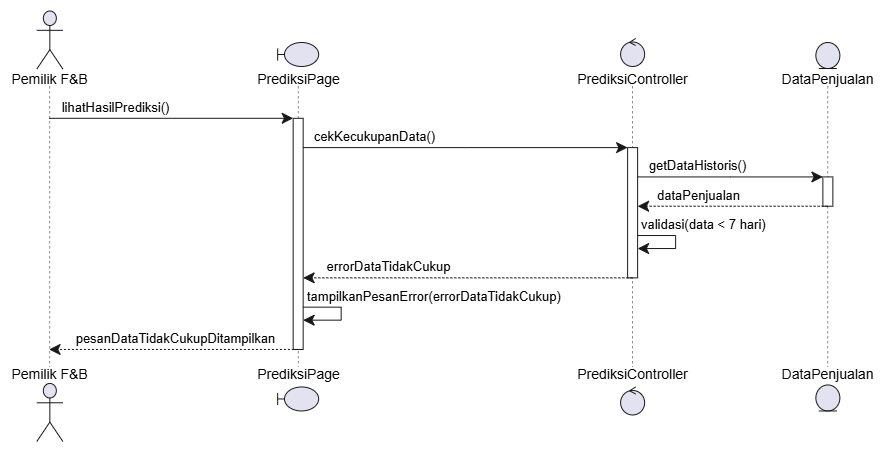
Above: docs/M8/assets/diagram/Gambar 3.5.2. Sequence Diagram UC05 - Data Historis Belum Memenuhi Syarat Minimal.png in Edbertf/IF2150-RPL-K03-G08 (draw.io), before the change. Source tidied: cells renumbered, new cells last; positions are measured from the earlier drawing's top-left corner, leaving out a move shared by most shapes.
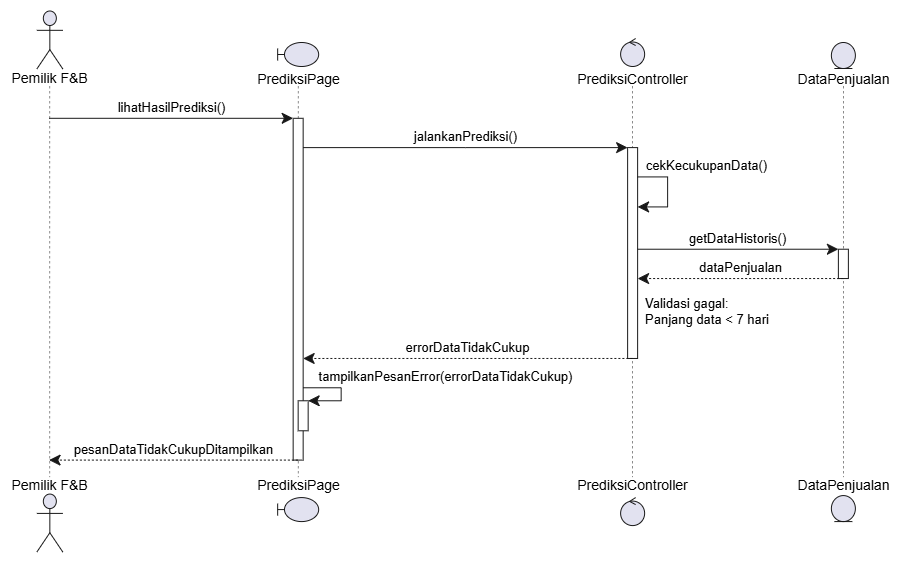
Later version of the same file.

The edit, as a diff of the source:
```diff
@@ -5,118 +5,124 @@
     <mxCell id="2" style="group;transparentBounds=1;editIcon=1;lockedGroup=0;groupPadding=10;" parent="1" vertex="1">
       <mxGeometry as="geometry" />
     </mxCell>
-    <mxCell id="3" style="shape=umlLifeline;perimeter=lifelinePerimeter;participant=headless;size=75.49;lifelineMirror=1;dashPattern=5 5;outlineConnect=0;portConstraint=eastwest;newEdgeStyle={&quot;edgeStyle&quot;:&quot;sequenceEdgeStyle&quot;,&quot;libavoidRouting&quot;:0,&quot;curved&quot;:0,&quot;rounded&quot;:0};fillColor=none;strokeColor=#181818;strokeWidth=0.5;" parent="2" vertex="1">
-      <mxGeometry x="30" y="30" width="78.7" height="431.5" as="geometry" />
-    </mxCell>
+    <mxCell id="28" style="shape=umlLifeline;perimeter=lifelinePerimeter;participant=headless;size=75.49;lifelineMirror=1;dashPattern=5 5;outlineConnect=0;portConstraint=eastwest;newEdgeStyle={&quot;edgeStyle&quot;:&quot;sequenceEdgeStyle&quot;,&quot;libavoidRouting&quot;:0,&quot;curved&quot;:0,&quot;rounded&quot;:0};fillColor=none;strokeColor=#181818;strokeWidth=0.5;" parent="2" vertex="1">
+      <mxGeometry x="30" y="30" width="78.7" height="542.1" as="geometry" />
+    </mxCell>
-    <mxCell id="4" value="Pemilik F&amp;amp;B" style="shape=umlActor;verticalLabelPosition=bottom;verticalAlign=top;spacingTop=-5;fillColor=#E2E2F0;strokeColor=#181818;fontColor=#000000;fontSize=14;html=1;" parent="3" vertex="1">
+    <mxCell id="4" value="Pemilik F&amp;amp;B" style="shape=umlActor;verticalLabelPosition=bottom;verticalAlign=top;spacingTop=-5;fillColor=#E2E2F0;strokeColor=#181818;fontColor=#000000;fontSize=14;html=1;" parent="28" vertex="1">
       <mxGeometry x="26.3" y="0.5" width="26" height="58" as="geometry" />
     </mxCell>
-    <mxCell id="5" value="Pemilik F&amp;amp;B" style="shape=umlActor;verticalLabelPosition=top;verticalAlign=bottom;spacingBottom=-2.5;fillColor=#E2E2F0;strokeColor=#181818;fontColor=#000000;fontSize=14;html=1;" parent="3" vertex="1">
-      <mxGeometry x="26.3" y="373" width="26" height="58" as="geometry" />
+    <mxCell id="5" value="Pemilik F&amp;amp;B" style="shape=umlActor;verticalLabelPosition=top;verticalAlign=bottom;spacingBottom=-2.5;fillColor=#E2E2F0;strokeColor=#181818;fontColor=#000000;fontSize=14;html=1;" parent="28" vertex="1">
+      <mxGeometry x="26.3" y="483.6" width="26" height="58" as="geometry" />
     </mxCell>
-    <mxCell id="6" style="shape=umlLifeline;perimeter=lifelinePerimeter;participant=headless;size=43.49;lifelineMirror=1;dashPattern=5 5;outlineConnect=0;portConstraint=eastwest;newEdgeStyle={&quot;edgeStyle&quot;:&quot;sequenceEdgeStyle&quot;,&quot;libavoidRouting&quot;:0,&quot;curved&quot;:0,&quot;rounded&quot;:0};fillColor=none;strokeColor=#181818;strokeWidth=0.5;" parent="2" vertex="1">
-      <mxGeometry x="274.9" y="62" width="85.5" height="367.5" as="geometry" />
-    </mxCell>
-    <mxCell id="7" style="rounded=0;fillColor=#FFFFFF;strokeColor=#181818;strokeWidth=1;points=[];perimeter=orthogonalPerimeter;outlineConnect=0;portConstraint=eastwest;newEdgeStyle={&quot;edgeStyle&quot;:&quot;sequenceEdgeStyle&quot;,&quot;libavoidRouting&quot;:0,&quot;curved&quot;:0,&quot;rounded&quot;:0};" parent="6" vertex="1">
-      <mxGeometry x="37.7" y="75.8" width="10" height="231.2" as="geometry" />
-    </mxCell>
+    <mxCell id="29" style="shape=umlLifeline;perimeter=lifelinePerimeter;participant=headless;size=43.49;lifelineMirror=1;dashPattern=5 5;outlineConnect=0;portConstraint=eastwest;newEdgeStyle={&quot;edgeStyle&quot;:&quot;sequenceEdgeStyle&quot;,&quot;libavoidRouting&quot;:0,&quot;curved&quot;:0,&quot;rounded&quot;:0};fillColor=none;strokeColor=#181818;strokeWidth=0.5;" parent="2" vertex="1">
+      <mxGeometry x="274.9" y="62" width="85.5" height="478.1" as="geometry" />
+    </mxCell>
+    <mxCell id="30" style="rounded=0;fillColor=#FFFFFF;strokeColor=#181818;strokeWidth=1;points=[];perimeter=orthogonalPerimeter;outlineConnect=0;portConstraint=eastwest;newEdgeStyle={&quot;edgeStyle&quot;:&quot;sequenceEdgeStyle&quot;,&quot;libavoidRouting&quot;:0,&quot;curved&quot;:0,&quot;rounded&quot;:0};" parent="29" vertex="1">
+      <mxGeometry x="37.7" y="75.8" width="10" height="341.8" as="geometry" />
+    </mxCell>
+    <mxCell id="31" style="rounded=0;fillColor=#FFFFFF;strokeColor=#181818;strokeWidth=1;points=[];perimeter=orthogonalPerimeter;outlineConnect=0;portConstraint=eastwest;newEdgeStyle={&quot;edgeStyle&quot;:&quot;sequenceEdgeStyle&quot;,&quot;libavoidRouting&quot;:0,&quot;curved&quot;:0,&quot;rounded&quot;:0};" parent="29" vertex="1">
+      <mxGeometry x="42.7" y="358.3" width="10" height="30" as="geometry" />
+    </mxCell>
-    <mxCell id="8" value="PrediksiPage" style="shape=umlBoundary;verticalLabelPosition=bottom;verticalAlign=top;spacingTop=-2.5;fillColor=#E2E2F0;strokeColor=#181818;fontColor=#000000;fontSize=14;html=1;" parent="6" vertex="1">
+    <mxCell id="8" value="PrediksiPage" style="shape=umlBoundary;verticalLabelPosition=bottom;verticalAlign=top;spacingTop=-2.5;fillColor=#E2E2F0;strokeColor=#181818;fontColor=#000000;fontSize=14;html=1;" parent="29" vertex="1">
       <mxGeometry x="22.2" width="41" height="24" as="geometry" />
     </mxCell>
-    <mxCell id="9" value="PrediksiPage" style="shape=umlBoundary;verticalLabelPosition=top;verticalAlign=bottom;spacingBottom=1;fillColor=#E2E2F0;strokeColor=#181818;fontColor=#000000;fontSize=14;html=1;" parent="6" vertex="1">
-      <mxGeometry x="22.2" y="344.5" width="41" height="24" as="geometry" />
+    <mxCell id="9" value="PrediksiPage" style="shape=umlBoundary;verticalLabelPosition=top;verticalAlign=bottom;spacingBottom=1;fillColor=#E2E2F0;strokeColor=#181818;fontColor=#000000;fontSize=14;html=1;" parent="29" vertex="1">
+      <mxGeometry x="22.2" y="455.1" width="41" height="24" as="geometry" />
     </mxCell>
-    <mxCell id="10" style="endArrow=classic;endFill=1;endSize=9;html=1;edgeStyle=sequenceEdgeStyle;libavoidRouting=0;curved=0;rounded=0;strokeColor=#181818;strokeWidth=1;fontSize=11;sourcePerimeterSpacing=0;targetPerimeterSpacing=0;" parent="6" edge="1" source="7" target="7">
-      <mxGeometry relative="1" as="geometry">
-        <Array as="points">
-          <mxPoint x="85.7" y="264.7" />
-          <mxPoint x="85.7" y="277.7" />
-        </Array>
-      </mxGeometry>
-    </mxCell>
-    <mxCell id="11" value="tampilkanPesanError(errorDataTidakCukup)" style="text;html=1;fontColor=#000000;fontSize=13;align=left;verticalAlign=middle;" parent="10" vertex="1">
-      <mxGeometry x="-1" width="280.46" height="18.31" relative="1" as="geometry">
-        <mxPoint x="2" y="-20.3" as="offset" />
-      </mxGeometry>
-    </mxCell>
-    <mxCell id="12" style="shape=umlLifeline;perimeter=lifelinePerimeter;participant=headless;size=47.49;lifelineMirror=1;dashPattern=5 5;outlineConnect=0;portConstraint=eastwest;newEdgeStyle={&quot;edgeStyle&quot;:&quot;sequenceEdgeStyle&quot;,&quot;libavoidRouting&quot;:0,&quot;curved&quot;:0,&quot;rounded&quot;:0};fillColor=none;strokeColor=#181818;strokeWidth=0.5;" parent="2" vertex="1">
-      <mxGeometry x="591.3" y="58" width="121.7" height="375.5" as="geometry" />
-    </mxCell>
-    <mxCell id="13" style="rounded=0;fillColor=#FFFFFF;strokeColor=#181818;strokeWidth=1;points=[];perimeter=orthogonalPerimeter;outlineConnect=0;portConstraint=eastwest;newEdgeStyle={&quot;edgeStyle&quot;:&quot;sequenceEdgeStyle&quot;,&quot;libavoidRouting&quot;:0,&quot;curved&quot;:0,&quot;rounded&quot;:0};" parent="12" vertex="1">
-      <mxGeometry x="55.8" y="109.1" width="10" height="130.2" as="geometry" />
-    </mxCell>
+    <mxCell id="32" style="shape=umlLifeline;perimeter=lifelinePerimeter;participant=headless;size=47.49;lifelineMirror=1;dashPattern=5 5;outlineConnect=0;portConstraint=eastwest;newEdgeStyle={&quot;edgeStyle&quot;:&quot;sequenceEdgeStyle&quot;,&quot;libavoidRouting&quot;:0,&quot;curved&quot;:0,&quot;rounded&quot;:0};fillColor=none;strokeColor=#181818;strokeWidth=0.5;" parent="2" vertex="1">
+      <mxGeometry x="591.3" y="58" width="121.7" height="486.1" as="geometry" />
+    </mxCell>
+    <mxCell id="33" style="rounded=0;fillColor=#FFFFFF;strokeColor=#181818;strokeWidth=1;points=[];perimeter=orthogonalPerimeter;outlineConnect=0;portConstraint=eastwest;newEdgeStyle={&quot;edgeStyle&quot;:&quot;sequenceEdgeStyle&quot;,&quot;libavoidRouting&quot;:0,&quot;curved&quot;:0,&quot;rounded&quot;:0};" parent="32" vertex="1">
+      <mxGeometry x="55.8" y="109.1" width="10" height="210.9" as="geometry" />
+    </mxCell>
-    <mxCell id="14" value="PrediksiController" style="ellipse;shape=umlControl;verticalLabelPosition=bottom;verticalAlign=top;spacingTop=-2.5;fillColor=#E2E2F0;strokeColor=#181818;fontColor=#000000;fontSize=14;html=1;" parent="12" vertex="1">
+    <mxCell id="14" value="PrediksiController" style="ellipse;shape=umlControl;verticalLabelPosition=bottom;verticalAlign=top;spacingTop=-2.5;fillColor=#E2E2F0;strokeColor=#181818;fontColor=#000000;fontSize=14;html=1;" parent="32" vertex="1">
       <mxGeometry x="48.8" width="24" height="28" as="geometry" />
     </mxCell>
-    <mxCell id="15" value="PrediksiController" style="ellipse;shape=umlControl;verticalLabelPosition=top;verticalAlign=bottom;spacingBottom=1;fillColor=#E2E2F0;strokeColor=#181818;fontColor=#000000;fontSize=14;html=1;" parent="12" vertex="1">
-      <mxGeometry x="48.8" y="348.5" width="24" height="28" as="geometry" />
+    <mxCell id="15" value="PrediksiController" style="ellipse;shape=umlControl;verticalLabelPosition=top;verticalAlign=bottom;spacingBottom=1;fillColor=#E2E2F0;strokeColor=#181818;fontColor=#000000;fontSize=14;html=1;" parent="32" vertex="1">
+      <mxGeometry x="48.8" y="459.1" width="24" height="28" as="geometry" />
     </mxCell>
-    <mxCell id="16" style="endArrow=classic;endFill=1;endSize=9;html=1;edgeStyle=sequenceEdgeStyle;libavoidRouting=0;curved=0;rounded=0;strokeColor=#181818;strokeWidth=1;fontSize=11;sourcePerimeterSpacing=0;targetPerimeterSpacing=0;" parent="12" edge="1" source="13" target="13">
-      <mxGeometry relative="1" as="geometry">
-        <Array as="points">
-          <mxPoint x="103.8" y="197" />
-          <mxPoint x="103.8" y="210" />
-        </Array>
-      </mxGeometry>
-    </mxCell>
-    <mxCell id="17" value="validasi(data &amp;lt; 7 hari)" style="text;html=1;fontColor=#000000;fontSize=13;align=left;verticalAlign=middle;" parent="16" vertex="1">
-      <mxGeometry x="-1" width="141.25" height="18.31" relative="1" as="geometry">
-        <mxPoint x="2" y="-20.3" as="offset" />
-      </mxGeometry>
-    </mxCell>
-    <mxCell id="18" style="shape=umlLifeline;perimeter=lifelinePerimeter;participant=headless;size=43.49;lifelineMirror=1;dashPattern=5 5;outlineConnect=0;portConstraint=eastwest;newEdgeStyle={&quot;edgeStyle&quot;:&quot;sequenceEdgeStyle&quot;,&quot;libavoidRouting&quot;:0,&quot;curved&quot;:0,&quot;rounded&quot;:0};fillColor=none;strokeColor=#181818;strokeWidth=0.5;" parent="2" vertex="1">
-      <mxGeometry x="799.1" y="62" width="96.6" height="367.5" as="geometry" />
-    </mxCell>
-    <mxCell id="19" style="rounded=0;fillColor=#FFFFFF;strokeColor=#181818;strokeWidth=1;points=[];perimeter=orthogonalPerimeter;outlineConnect=0;portConstraint=eastwest;newEdgeStyle={&quot;edgeStyle&quot;:&quot;sequenceEdgeStyle&quot;,&quot;libavoidRouting&quot;:0,&quot;curved&quot;:0,&quot;rounded&quot;:0};" parent="18" vertex="1">
-      <mxGeometry x="43.3" y="134.4" width="10" height="29.3" as="geometry" />
-    </mxCell>
+    <mxCell id="34" style="endArrow=classic;endFill=1;endSize=9;html=1;edgeStyle=sequenceEdgeStyle;libavoidRouting=0;curved=0;rounded=0;strokeColor=#181818;strokeWidth=1;align=center;fontSize=11;sourcePerimeterSpacing=0;targetPerimeterSpacing=0;" parent="32" edge="1" source="33" target="33">
+      <mxGeometry relative="1" as="geometry">
+        <Array as="points">
+          <mxPoint x="95.8" y="138.4" />
+          <mxPoint x="95.8" y="168.4" />
+        </Array>
+      </mxGeometry>
+    </mxCell>
+    <mxCell id="23" value="cekKecukupanData()" style="text;html=1;fontColor=#000000;fontSize=13;align=center;verticalAlign=middle;" parent="34" vertex="1">
+      <mxGeometry x="-1" width="134.46" height="18.31" relative="1" as="geometry">
+        <mxPoint x="2" y="-20.3" as="offset" />
+      </mxGeometry>
+    </mxCell>
+    <mxCell id="35" style="shape=umlLifeline;perimeter=lifelinePerimeter;participant=headless;size=43.49;lifelineMirror=1;dashPattern=5 5;outlineConnect=0;portConstraint=eastwest;newEdgeStyle={&quot;edgeStyle&quot;:&quot;sequenceEdgeStyle&quot;,&quot;libavoidRouting&quot;:0,&quot;curved&quot;:0,&quot;rounded&quot;:0};fillColor=none;strokeColor=#181818;strokeWidth=0.5;" parent="2" vertex="1">
+      <mxGeometry x="814.6" y="62" width="96.6" height="478.1" as="geometry" />
+    </mxCell>
+    <mxCell id="36" style="rounded=0;fillColor=#FFFFFF;strokeColor=#181818;strokeWidth=1;points=[];perimeter=orthogonalPerimeter;outlineConnect=0;portConstraint=eastwest;newEdgeStyle={&quot;edgeStyle&quot;:&quot;sequenceEdgeStyle&quot;,&quot;libavoidRouting&quot;:0,&quot;curved&quot;:0,&quot;rounded&quot;:0};" parent="35" vertex="1">
+      <mxGeometry x="43.3" y="206.7" width="10" height="29.3" as="geometry" />
+    </mxCell>
-    <mxCell id="20" value="DataPenjualan" style="ellipse;shape=umlEntity;verticalLabelPosition=bottom;verticalAlign=top;spacingTop=-4.5;fillColor=#E2E2F0;strokeColor=#181818;fontColor=#000000;fontSize=14;html=1;" parent="18" vertex="1">
+    <mxCell id="20" value="DataPenjualan" style="ellipse;shape=umlEntity;verticalLabelPosition=bottom;verticalAlign=top;spacingTop=-4.5;fillColor=#E2E2F0;strokeColor=#181818;fontColor=#000000;fontSize=14;html=1;" parent="35" vertex="1">
       <mxGeometry x="36.3" width="24" height="26" as="geometry" />
     </mxCell>
-    <mxCell id="21" value="DataPenjualan" style="ellipse;shape=umlEntity;verticalLabelPosition=top;verticalAlign=bottom;spacingBottom=-1;fillColor=#E2E2F0;strokeColor=#181818;fontColor=#000000;fontSize=14;html=1;" parent="18" vertex="1">
-      <mxGeometry x="36.3" y="342.5" width="24" height="26" as="geometry" />
+    <mxCell id="21" value="DataPenjualan" style="ellipse;shape=umlEntity;verticalLabelPosition=top;verticalAlign=bottom;spacingBottom=-1;fillColor=#E2E2F0;strokeColor=#181818;fontColor=#000000;fontSize=14;html=1;" parent="35" vertex="1">
+      <mxGeometry x="36.3" y="453.1" width="24" height="26" as="geometry" />
     </mxCell>
-    <mxCell id="22" value="lihatHasilPrediksi()" style="endArrow=classic;endFill=1;endSize=9;html=1;edgeStyle=sequenceEdgeStyle;libavoidRouting=0;curved=0;rounded=0;strokeColor=#181818;strokeWidth=1;fontColor=#000000;fontSize=13;verticalAlign=bottom;labelBackgroundColor=none;sourcePerimeterSpacing=0;targetPerimeterSpacing=0;" parent="2" edge="1" source="3" target="7">
-      <mxGeometry x="-0.46" relative="1" as="geometry">
+    <mxCell id="22" value="lihatHasilPrediksi()" style="endArrow=classic;endFill=1;endSize=9;html=1;edgeStyle=sequenceEdgeStyle;libavoidRouting=0;curved=0;rounded=0;strokeColor=#181818;strokeWidth=1;fontColor=#000000;fontSize=13;verticalAlign=bottom;labelBackgroundColor=none;align=center;sourcePerimeterSpacing=0;targetPerimeterSpacing=0;" parent="2" edge="1" source="28" target="30">
+      <mxGeometry relative="1" as="geometry">
         <Array as="points">
           <mxPoint x="191" y="137.8" />
         </Array>
       </mxGeometry>
     </mxCell>
-    <mxCell id="23" value="cekKecukupanData()" style="endArrow=classic;endFill=1;endSize=9;html=1;edgeStyle=sequenceEdgeStyle;libavoidRouting=0;curved=0;rounded=0;strokeColor=#181818;strokeWidth=1;fontColor=#000000;fontSize=13;verticalAlign=bottom;labelBackgroundColor=none;sourcePerimeterSpacing=0;targetPerimeterSpacing=0;" parent="2" edge="1" source="7" target="13">
-      <mxGeometry x="-0.56" relative="1" as="geometry">
-        <Array as="points">
-          <mxPoint x="485" y="167.1" />
-        </Array>
-      </mxGeometry>
-    </mxCell>
+    <mxCell id="37" value="jalankanPrediksi()" style="endArrow=classic;endFill=1;endSize=9;html=1;edgeStyle=sequenceEdgeStyle;libavoidRouting=0;curved=0;rounded=0;strokeColor=#181818;strokeWidth=1;fontColor=#000000;fontSize=13;verticalAlign=bottom;labelBackgroundColor=none;align=center;sourcePerimeterSpacing=0;targetPerimeterSpacing=0;" parent="2" edge="1" source="30" target="33">
+      <mxGeometry relative="1" as="geometry">
+        <Array as="points">
+          <mxPoint x="485" y="167.1" />
+        </Array>
+      </mxGeometry>
+    </mxCell>
-    <mxCell id="24" value="getDataHistoris()" style="endArrow=classic;endFill=1;endSize=9;html=1;edgeStyle=sequenceEdgeStyle;libavoidRouting=0;curved=0;rounded=0;strokeColor=#181818;strokeWidth=1;fontColor=#000000;fontSize=13;verticalAlign=bottom;labelBackgroundColor=none;sourcePerimeterSpacing=0;targetPerimeterSpacing=0;" parent="2" edge="1" source="13" target="19">
-      <mxGeometry x="-0.35" relative="1" as="geometry">
+    <mxCell id="24" value="getDataHistoris()" style="endArrow=classic;endFill=1;endSize=9;html=1;edgeStyle=sequenceEdgeStyle;libavoidRouting=0;curved=0;rounded=0;strokeColor=#181818;strokeWidth=1;fontColor=#000000;fontSize=13;verticalAlign=bottom;labelBackgroundColor=none;align=center;sourcePerimeterSpacing=0;targetPerimeterSpacing=0;" parent="2" edge="1" source="33" target="36">
+      <mxGeometry relative="1" as="geometry">
         <Array as="points">
-          <mxPoint x="750" y="196.4" />
+          <mxPoint x="757" y="268.7" />
         </Array>
       </mxGeometry>
     </mxCell>
-    <mxCell id="25" value="dataPenjualan" style="endArrow=classic;endFill=1;endSize=9;html=1;edgeStyle=sequenceEdgeStyle;libavoidRouting=0;curved=0;rounded=0;strokeColor=#181818;strokeWidth=1;fontColor=#000000;fontSize=13;verticalAlign=bottom;labelBackgroundColor=none;dashed=1;dashPattern=2 2;sourcePerimeterSpacing=0;targetPerimeterSpacing=0;" parent="2" edge="1" source="18" target="13">
-      <mxGeometry x="0.36" relative="1" as="geometry">
+    <mxCell id="25" value="dataPenjualan" style="endArrow=classic;endFill=1;endSize=9;html=1;edgeStyle=sequenceEdgeStyle;libavoidRouting=0;curved=0;rounded=0;strokeColor=#181818;strokeWidth=1;fontColor=#000000;fontSize=13;verticalAlign=bottom;labelBackgroundColor=none;dashed=1;dashPattern=2 2;align=center;sourcePerimeterSpacing=0;targetPerimeterSpacing=0;" parent="2" edge="1" source="35" target="33">
+      <mxGeometry relative="1" as="geometry">
         <Array as="points">
-          <mxPoint x="752" y="225.7" />
+          <mxPoint x="760" y="298" />
         </Array>
       </mxGeometry>
     </mxCell>
-    <mxCell id="26" value="errorDataTidakCukup" style="endArrow=classic;endFill=1;endSize=9;html=1;edgeStyle=sequenceEdgeStyle;libavoidRouting=0;curved=0;rounded=0;strokeColor=#181818;strokeWidth=1;fontColor=#000000;fontSize=13;verticalAlign=bottom;labelBackgroundColor=none;dashed=1;dashPattern=2 2;sourcePerimeterSpacing=0;targetPerimeterSpacing=0;" parent="2" edge="1" source="12" target="7">
-      <mxGeometry x="0.48" relative="1" as="geometry">
+    <mxCell id="26" value="errorDataTidakCukup" style="endArrow=classic;endFill=1;endSize=9;html=1;edgeStyle=sequenceEdgeStyle;libavoidRouting=0;curved=0;rounded=0;strokeColor=#181818;strokeWidth=1;fontColor=#000000;fontSize=13;verticalAlign=bottom;labelBackgroundColor=none;dashed=1;dashPattern=2 2;align=center;sourcePerimeterSpacing=0;targetPerimeterSpacing=0;" parent="2" edge="1" source="32" target="30">
+      <mxGeometry relative="1" as="geometry">
         <Array as="points">
-          <mxPoint x="487" y="297.4" />
+          <mxPoint x="487" y="378" />
         </Array>
       </mxGeometry>
     </mxCell>
+    <mxCell id="38" style="endArrow=classic;endFill=1;endSize=9;html=1;edgeStyle=sequenceEdgeStyle;libavoidRouting=0;curved=0;rounded=0;strokeColor=#181818;strokeWidth=1;align=center;fontSize=11;sourcePerimeterSpacing=0;targetPerimeterSpacing=0;" parent="2" edge="1" source="30" target="31">
+      <mxGeometry relative="1" as="geometry">
+        <Array as="points">
+          <mxPoint x="360.7" y="407.3" />
+          <mxPoint x="360.7" y="420.3" />
+        </Array>
+      </mxGeometry>
+    </mxCell>
+    <mxCell id="11" value="tampilkanPesanError(errorDataTidakCukup)" style="text;html=1;fontColor=#000000;fontSize=13;align=center;verticalAlign=middle;" parent="38" vertex="1">
+      <mxGeometry x="-1" width="280.46" height="18.31" relative="1" as="geometry">
+        <mxPoint x="2" y="-20.3" as="offset" />
+      </mxGeometry>
+    </mxCell>
-    <mxCell id="27" value="pesanDataTidakCukupDitampilkan" style="endArrow=classic;endFill=1;endSize=9;html=1;edgeStyle=sequenceEdgeStyle;libavoidRouting=0;curved=0;rounded=0;strokeColor=#181818;strokeWidth=1;fontColor=#000000;fontSize=13;verticalAlign=bottom;labelBackgroundColor=none;dashed=1;dashPattern=2 2;sourcePerimeterSpacing=0;targetPerimeterSpacing=0;" parent="2" edge="1" source="6" target="3">
-      <mxGeometry x="-0.02" relative="1" as="geometry">
+    <mxCell id="27" value="pesanDataTidakCukupDitampilkan" style="endArrow=classic;endFill=1;endSize=9;html=1;edgeStyle=sequenceEdgeStyle;libavoidRouting=0;curved=0;rounded=0;strokeColor=#181818;strokeWidth=1;fontColor=#000000;fontSize=13;verticalAlign=bottom;labelBackgroundColor=none;dashed=1;dashPattern=2 2;align=center;sourcePerimeterSpacing=0;targetPerimeterSpacing=0;" parent="2" edge="1" source="29" target="28">
+      <mxGeometry relative="1" as="geometry">
         <Array as="points">
-          <mxPoint x="194" y="369" />
+          <mxPoint x="194" y="479.6" />
         </Array>
       </mxGeometry>
     </mxCell>
+    <mxCell id="39" value="Validasi gagal:&#10;Panjang data &amp;lt; 7 hari" style="shape=note;size=10;strokeWidth=0.5;fontSize=13;align=left;spacingLeft=4;spacing=2;verticalAlign=middle;whiteSpace=wrap;html=1;strokeColor=none;" parent="2" vertex="1">
+      <mxGeometry x="659.1" y="311" width="153.5" height="40" as="geometry" />
+    </mxCell>
   </root>
 </mxGraphModel>
```
